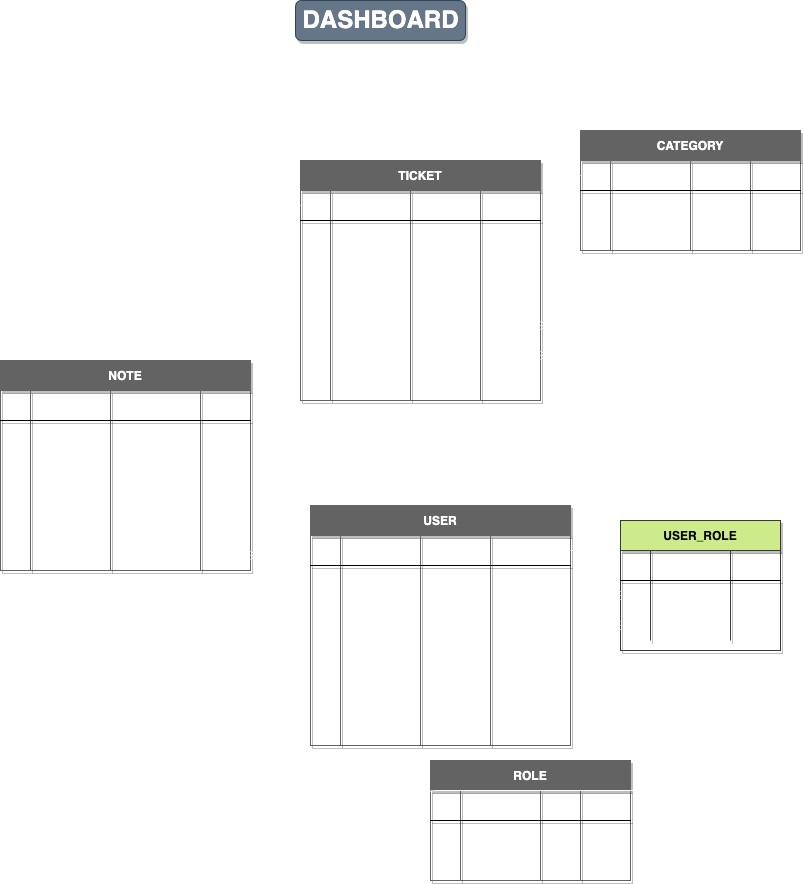
This is ER-DIAGRAM/myDashboard_erDiagram.png from RaffaeleVallifuoco/ticket-platform, a draw.io export, as it was before one commit. Source tidied: cells renumbered, new cells last; positions are measured from the earlier drawing's top-left corner, leaving out a move shared by most shapes.
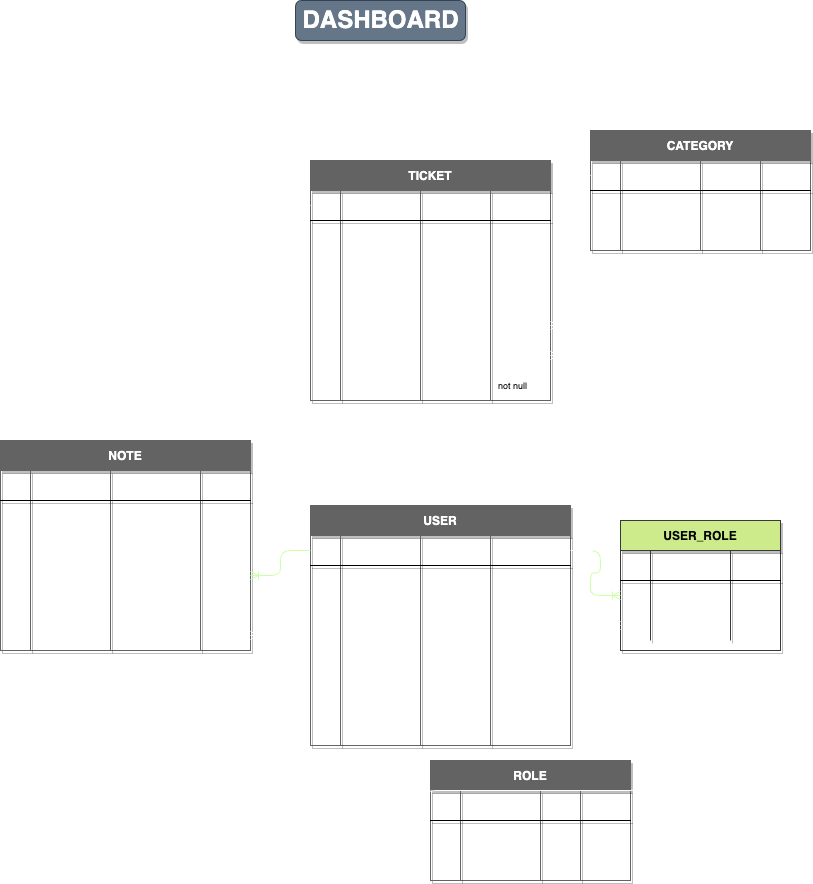
Later version of the same file.

Commit message:
EDIT : diagram colors

Diff of the diagram source:
```diff
@@ -68,7 +68,7 @@
     <mxCell id="23" value="varchar(10)" style="shape=partialRectangle;fillColor=none;top=0;left=0;bottom=0;right=0;align=left;spacingLeft=6;overflow=hidden;rounded=0;shadow=1;glass=0;sketch=0;fontSize=9;strokeWidth=0;strokeColor=#FFFFFF;fontColor=#FFFFFF;" parent="20" vertex="1">
       <mxGeometry x="110" width="70" height="30" as="geometry" />
     </mxCell>
-    <mxCell id="24" value="not null, unique" style="shape=partialRectangle;fillColor=none;top=0;left=0;bottom=0;right=0;align=left;spacingLeft=6;overflow=hidden;rounded=0;shadow=1;glass=0;sketch=0;fontSize=9;strokeWidth=0;strokeColor=#FFFFFF;fontColor=#FFFFFF;" parent="20" vertex="1">
+    <mxCell id="24" value="not null" style="shape=partialRectangle;fillColor=none;top=0;left=0;bottom=0;right=0;align=left;spacingLeft=6;overflow=hidden;rounded=0;shadow=1;glass=0;sketch=0;fontSize=9;strokeWidth=0;strokeColor=#FFFFFF;fontColor=#FFFFFF;" parent="20" vertex="1">
       <mxGeometry x="180" width="80" height="30" as="geometry" />
     </mxCell>
     <mxCell id="25" style="shape=tableRow;horizontal=0;startSize=0;swimlaneHead=0;swimlaneBody=0;fillColor=none;top=0;left=0;right=0;bottom=0;rounded=0;shadow=1;glass=0;sketch=0;" parent="4" vertex="1">
@@ -117,7 +117,7 @@
       <mxGeometry x="180" width="80" height="30" as="geometry" />
     </mxCell>
     <mxCell id="40" value="TICKET" style="shape=table;startSize=30;rowLines=0;fontStyle=1;align=center;rounded=0;shadow=1;glass=0;sketch=0;fillColor=#636363;fontColor=#FFFFFF;strokeColor=#636363;" parent="1" vertex="1">
-      <mxGeometry x="300" y="160" width="240" height="240" as="geometry" />
+      <mxGeometry x="310" y="160" width="240" height="240" as="geometry" />
     </mxCell>
     <mxCell id="41" style="shape=tableRow;horizontal=0;startSize=0;swimlaneHead=0;swimlaneBody=0;fillColor=none;points=[[0,0.5],[1,0.5]];portConstraint=eastwest;top=0;left=0;right=0;bottom=1;rounded=0;shadow=1;glass=0;sketch=0;" parent="40" vertex="1">
       <mxGeometry y="30" width="240" height="30" as="geometry" />
@@ -206,7 +206,7 @@
     <mxCell id="69" value="int" style="shape=partialRectangle;fillColor=none;top=0;left=0;bottom=0;right=0;align=left;spacingLeft=6;overflow=hidden;rounded=0;shadow=1;glass=0;sketch=0;fontColor=#FFFFFF;" parent="66" vertex="1">
       <mxGeometry x="110" width="70" height="30" as="geometry" />
     </mxCell>
-    <mxCell id="70" value="not null" style="shape=partialRectangle;fillColor=none;top=0;left=0;bottom=0;right=0;align=left;spacingLeft=6;overflow=hidden;rounded=0;shadow=1;glass=0;sketch=0;fontColor=#FFFFFF;" parent="66" vertex="1">
+    <mxCell id="70" value="not null" style="shape=partialRectangle;fillColor=none;top=0;left=0;bottom=0;right=0;align=left;spacingLeft=6;overflow=hidden;rounded=0;shadow=1;glass=0;sketch=0;fontColor=#FFFFFF;fontSize=9;" parent="66" vertex="1">
       <mxGeometry x="180" width="60" height="30" as="geometry" />
     </mxCell>
     <mxCell id="71" style="shape=tableRow;horizontal=0;startSize=0;swimlaneHead=0;swimlaneBody=0;fillColor=none;top=0;left=0;right=0;bottom=0;rounded=0;shadow=1;glass=0;sketch=0;" parent="40" vertex="1">
@@ -215,13 +215,13 @@
     <mxCell id="72" style="shape=partialRectangle;fillColor=none;top=0;left=0;bottom=0;right=0;overflow=hidden;rounded=0;shadow=1;glass=0;sketch=0;" parent="71" vertex="1">
       <mxGeometry width="30" height="30" as="geometry" />
     </mxCell>
-    <mxCell id="73" value="fate" style="shape=partialRectangle;fillColor=none;top=0;left=0;bottom=0;right=0;align=left;spacingLeft=6;overflow=hidden;rounded=0;shadow=1;glass=0;sketch=0;fontColor=#FFFFFF;" parent="71" vertex="1">
+    <mxCell id="73" value="date" style="shape=partialRectangle;fillColor=none;top=0;left=0;bottom=0;right=0;align=left;spacingLeft=6;overflow=hidden;rounded=0;shadow=1;glass=0;sketch=0;fontColor=#FFFFFF;" parent="71" vertex="1">
       <mxGeometry x="30" width="80" height="30" as="geometry" />
     </mxCell>
     <mxCell id="74" value="datetime(6)    not null" style="shape=partialRectangle;fillColor=none;top=0;left=0;bottom=0;right=0;align=left;spacingLeft=6;overflow=hidden;rounded=0;shadow=1;glass=0;sketch=0;fontColor=#FFFFFF;" parent="71" vertex="1">
       <mxGeometry x="110" width="70" height="30" as="geometry" />
     </mxCell>
-    <mxCell id="75" style="shape=partialRectangle;fillColor=none;top=0;left=0;bottom=0;right=0;align=left;spacingLeft=6;overflow=hidden;rounded=0;shadow=1;glass=0;sketch=0;" parent="71" vertex="1">
+    <mxCell id="75" value="not null" style="shape=partialRectangle;fillColor=none;top=0;left=0;bottom=0;right=0;align=left;spacingLeft=6;overflow=hidden;rounded=0;shadow=1;glass=0;sketch=0;fontSize=9;" parent="71" vertex="1">
       <mxGeometry x="180" width="60" height="30" as="geometry" />
     </mxCell>
     <mxCell id="76" value="ROLE" style="shape=table;startSize=30;rowLines=0;fontStyle=1;align=center;rounded=0;shadow=1;glass=0;sketch=0;fillColor=#636363;strokeColor=#636363;fontColor=#FFFFFF;" parent="1" vertex="1">
@@ -311,7 +311,7 @@
     <mxCell id="104" value="int" style="shape=partialRectangle;fillColor=none;top=0;left=0;bottom=0;right=0;align=left;spacingLeft=6;overflow=hidden;rounded=0;shadow=1;glass=0;sketch=0;fontSize=9;fontColor=#FFFFFF;" parent="101" vertex="1">
       <mxGeometry x="110" width="50" height="30" as="geometry" />
     </mxCell>
-    <mxCell id="105" style="edgeStyle=entityRelationEdgeStyle;fontSize=12;html=1;endArrow=ERoneToMany;fontColor=#FFFFFF;exitX=1;exitY=0.5;exitDx=0;exitDy=0;entryX=0;entryY=0.5;entryDx=0;entryDy=0;strokeColor=#FFFFFF;" parent="1" edge="1" source="5" target="97">
+    <mxCell id="105" style="edgeStyle=entityRelationEdgeStyle;fontSize=12;html=1;endArrow=ERoneToMany;fontColor=#FFFFFF;exitX=1;exitY=0.5;exitDx=0;exitDy=0;entryX=0;entryY=0.5;entryDx=0;entryDy=0;strokeColor=#CEFFA8;fillColor=#e3c800;" parent="1" edge="1" source="5" target="97">
       <mxGeometry relative="1" as="geometry" />
     </mxCell>
     <mxCell id="106" style="edgeStyle=orthogonalEdgeStyle;fontSize=12;html=1;endArrow=ERoneToMany;fontColor=#FFFFFF;entryX=0;entryY=0.5;entryDx=0;entryDy=0;exitX=-0.021;exitY=0.352;exitDx=0;exitDy=0;exitPerimeter=0;strokeColor=#FFFFFF;" parent="1" edge="1" source="77" target="101">
@@ -329,7 +329,7 @@
       <mxGeometry relative="1" as="geometry" />
     </mxCell>
     <mxCell id="108" value="CATEGORY" style="shape=table;startSize=30;rowLines=0;fontStyle=1;align=center;rounded=0;shadow=1;glass=0;sketch=0;fillColor=#636363;strokeColor=#636363;fontColor=#FFFFFF;" parent="1" vertex="1">
-      <mxGeometry x="580" y="130" width="220" height="120" as="geometry" />
+      <mxGeometry x="590" y="130" width="220" height="120" as="geometry" />
     </mxCell>
     <mxCell id="109" style="shape=tableRow;horizontal=0;startSize=0;swimlaneHead=0;swimlaneBody=0;fillColor=none;points=[[0,0.5],[1,0.5]];portConstraint=eastwest;top=0;left=0;right=0;bottom=1;rounded=0;shadow=1;glass=0;sketch=0;" parent="108" vertex="1">
       <mxGeometry y="30" width="220" height="30" as="geometry" />
@@ -377,7 +377,7 @@
       <mxGeometry x="170" width="50" height="30" as="geometry" />
     </mxCell>
     <mxCell id="124" value="NOTE" style="shape=table;startSize=30;rowLines=0;fontStyle=1;align=center;rounded=0;shadow=1;glass=0;sketch=0;fillColor=#636363;strokeColor=#636363;fontColor=#FFFFFF;" parent="1" vertex="1">
-      <mxGeometry y="360" width="250" height="210" as="geometry" />
+      <mxGeometry y="440" width="250" height="210" as="geometry" />
     </mxCell>
     <mxCell id="125" style="shape=tableRow;horizontal=0;startSize=0;swimlaneHead=0;swimlaneBody=0;fillColor=none;top=0;left=0;right=0;bottom=1;rounded=0;shadow=1;glass=0;sketch=0;" parent="124" vertex="1">
       <mxGeometry y="30" width="250" height="30" as="geometry" />
@@ -430,7 +430,7 @@
     <mxCell id="141" value="FK" style="shape=partialRectangle;fillColor=none;top=0;left=0;bottom=0;right=0;overflow=hidden;rounded=0;shadow=1;glass=0;sketch=0;fontColor=#FFFFFF;" parent="140" vertex="1">
       <mxGeometry width="30" height="30" as="geometry" />
     </mxCell>
-    <mxCell id="142" value="author_id" style="shape=partialRectangle;fillColor=none;top=0;left=0;bottom=0;right=0;align=left;spacingLeft=6;overflow=hidden;rounded=0;shadow=1;glass=0;sketch=0;fontColor=#FFFFFF;" parent="140" vertex="1">
+    <mxCell id="142" value="author_id&#10;" style="shape=partialRectangle;fillColor=none;top=0;left=0;bottom=0;right=0;align=left;spacingLeft=6;overflow=hidden;rounded=0;shadow=1;glass=0;sketch=0;fontColor=#FFFFFF;" parent="140" vertex="1">
       <mxGeometry x="30" width="80" height="30" as="geometry" />
     </mxCell>
     <mxCell id="143" value="int" style="shape=partialRectangle;fillColor=none;top=0;left=0;bottom=0;right=0;align=left;spacingLeft=6;overflow=hidden;rounded=0;shadow=1;glass=0;sketch=0;fontColor=#FFFFFF;" parent="140" vertex="1">
@@ -475,5 +475,8 @@
     <mxCell id="156" style="edgeStyle=entityRelationEdgeStyle;fontSize=12;html=1;endArrow=ERoneToMany;strokeColor=#FFFFFF;fontColor=#FFFFFF;elbow=vertical;" parent="1" edge="1" source="109" target="66">
       <mxGeometry relative="1" as="geometry" />
     </mxCell>
+    <mxCell id="157" style="edgeStyle=entityRelationEdgeStyle;fontSize=12;html=1;endArrow=ERoneToMany;fontColor=#FFFFFF;elbow=vertical;exitX=0;exitY=0.5;exitDx=0;exitDy=0;fillColor=#e3c800;strokeColor=#CEFFA8;" parent="1" edge="1" source="5" target="140">
+      <mxGeometry relative="1" as="geometry" />
+    </mxCell>
   </root>
 </mxGraphModel>
```
